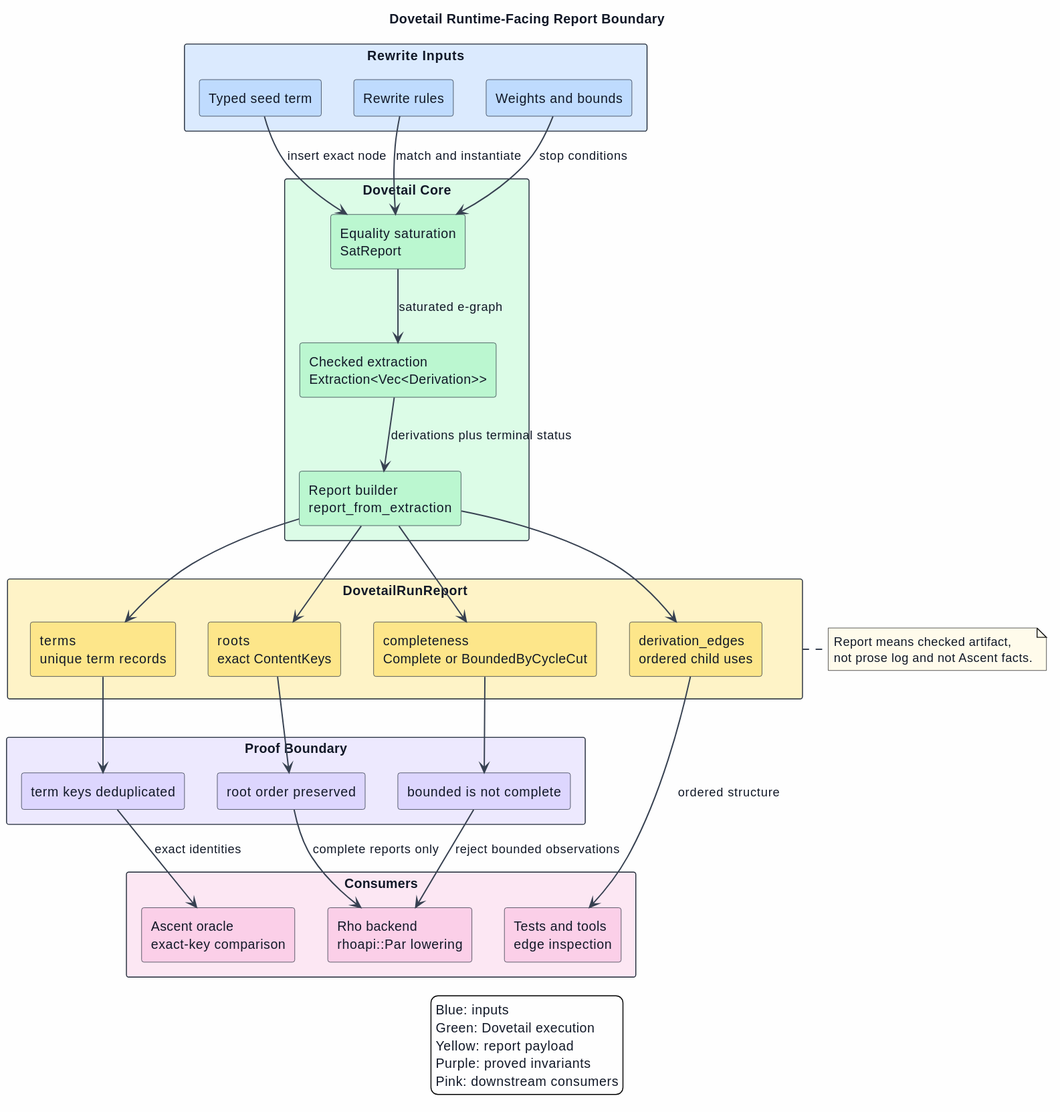
Earlier version of the PlantUML export docs/architecture/dovetail/figures/10-report-boundary.svg (F1R3FLY-io/mettail-rust).
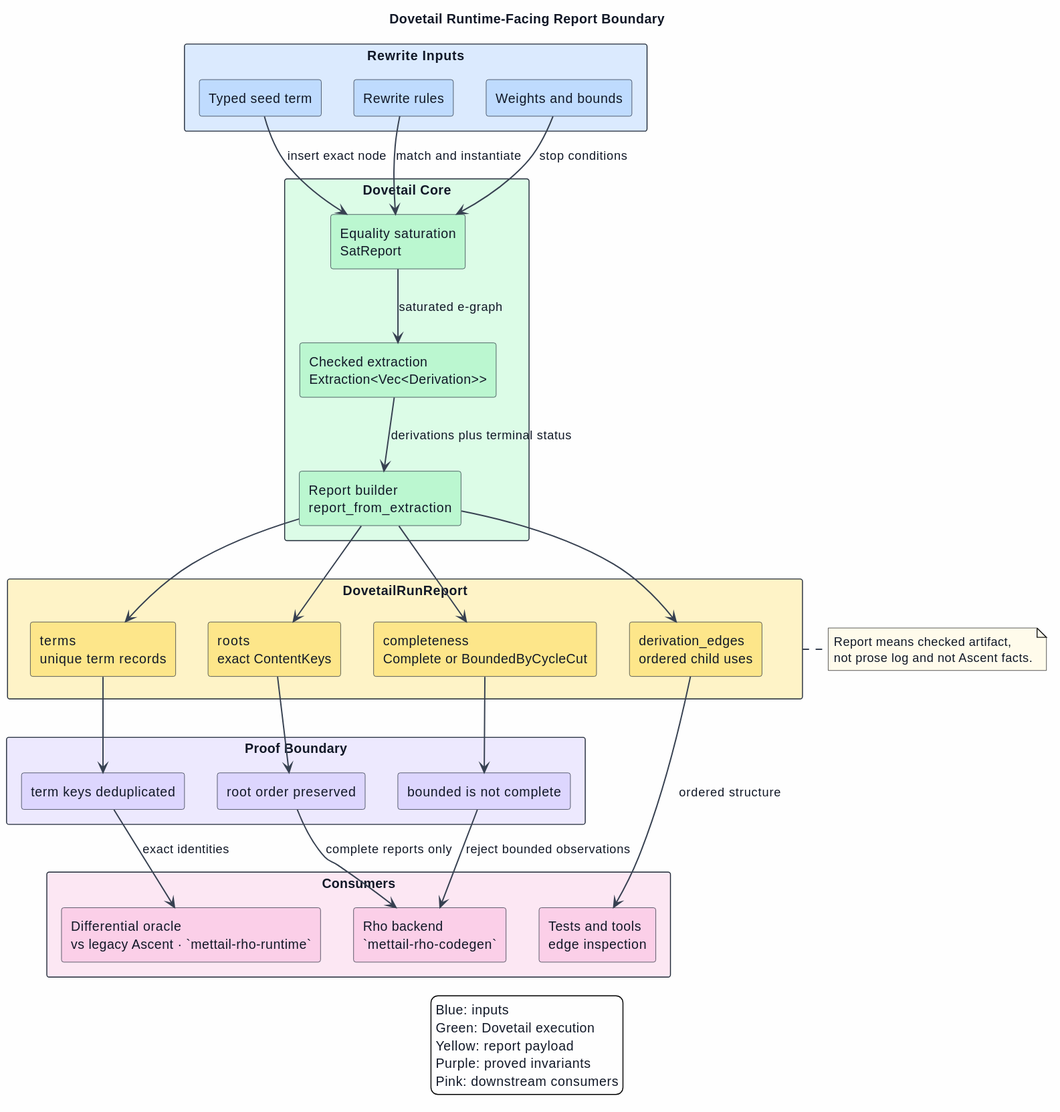
Later version of the same file.

Diff of the diagram source:
```diff
@@ -38,8 +38,8 @@
 }
 
 rectangle "Consumers" as Consumers #FCE7F3 {
-  rectangle "Rho backend\nrhoapi::Par lowering" as Rho #FBCFE8
-  rectangle "Ascent oracle\nexact-key comparison" as Oracle #FBCFE8
+  rectangle "Rho backend\n`mettail-rho-codegen`" as Rho #FBCFE8
+  rectangle "Differential oracle\nvs legacy Ascent · `mettail-rho-runtime`" as Oracle #FBCFE8
   rectangle "Tests and tools\nedge inspection" as Tools #FBCFE8
 }
 
```
